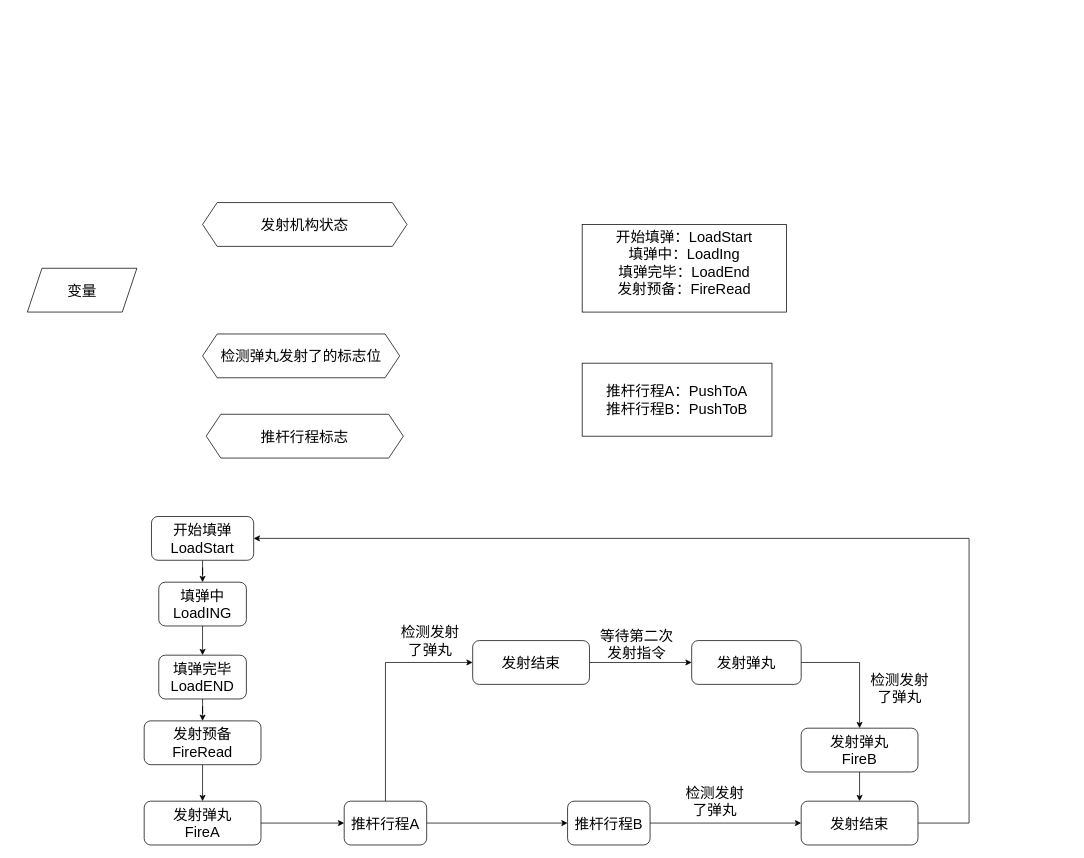
Before: 英雄发射机构自动逻辑.drawio in Zhangziji-Cumulus/Cumulus_Notes, a draw.io diagram. Source tidied: cells renumbered, new cells numbered last; positions are measured from the earlier drawing's top-left corner, leaving out a move shared by most shapes. Both pictures are drawn from the tidied source at 73%, with x=0, y=0 at pixel (27, 202).
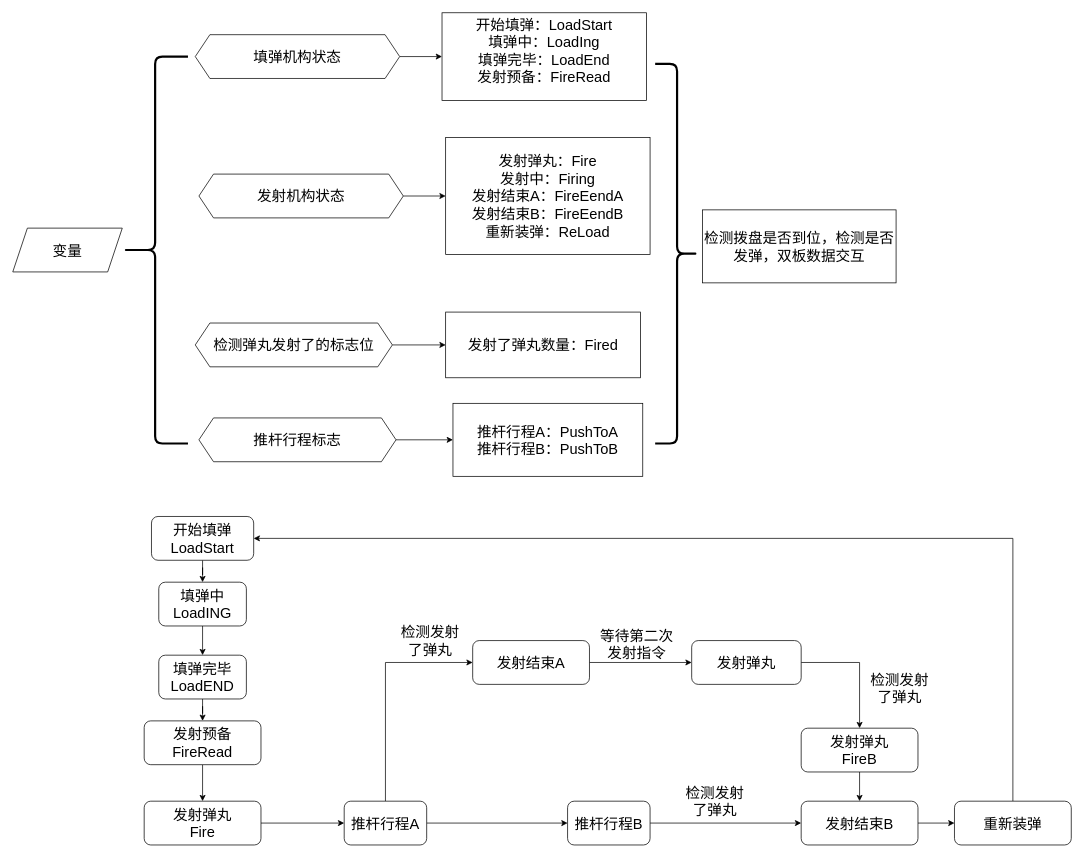
Above is the later version.

Commit message:
更新英雄发射机构自动逻辑.drawio

Unchanged cells that the change refers to:
```xml
<mxCell id="3" value="&lt;span style=&quot;font-size: 20px;&quot;&gt;开始填弹&lt;/span&gt;&lt;br&gt;&lt;div&gt;&lt;span style=&quot;font-size: 20px;&quot;&gt;LoadStart&lt;/span&gt;&lt;/div&gt;" style="rounded=1;whiteSpace=wrap;html=1;" parent="1" vertex="1">
  <mxGeometry x="170" y="430" width="140" height="60" as="geometry" />
</mxCell>
```

Change to the diagram source:
```diff
@@
-    <mxCell id="11" value="&lt;span style=&quot;font-size: 20px;&quot;&gt;发射弹丸&lt;/span&gt;&lt;div&gt;&lt;span style=&quot;font-size: 20px;&quot;&gt;FireA&lt;/span&gt;&lt;/div&gt;" style="rounded=1;whiteSpace=wrap;html=1;" parent="1" vertex="1">
+    <mxCell id="11" value="&lt;span style=&quot;font-size: 20px;&quot;&gt;发射弹丸&lt;/span&gt;&lt;div&gt;&lt;span style=&quot;font-size: 20px;&quot;&gt;Fire&lt;/span&gt;&lt;/div&gt;" style="rounded=1;whiteSpace=wrap;html=1;" parent="1" vertex="1">
       <mxGeometry x="160" y="820" width="160" height="60" as="geometry" />
     </mxCell>
@@
-    <mxCell id="21" value="&lt;span style=&quot;font-size: 20px;&quot;&gt;发射结束&lt;/span&gt;" style="rounded=1;whiteSpace=wrap;html=1;" parent="1" vertex="1">
+    <mxCell id="21" value="&lt;span style=&quot;font-size: 20px;&quot;&gt;发射结束A&lt;/span&gt;" style="rounded=1;whiteSpace=wrap;html=1;" parent="1" vertex="1">
       <mxGeometry x="610" y="600" width="160" height="60" as="geometry" />
     </mxCell>
@@
-    <mxCell id="25" style="edgeStyle=orthogonalEdgeStyle;rounded=0;jettySize=auto;html=1;entryX=1;entryY=0.5;entryDx=0;entryDy=0;" parent="1" edge="1" source="26" target="3">
-      <mxGeometry relative="1" as="geometry">
-        <Array as="points">
-          <mxPoint x="1290" y="850" />
-          <mxPoint x="1290" y="460" />
-        </Array>
-      </mxGeometry>
-    </mxCell>
+    <mxCell id="35" style="edgeStyle=orthogonalEdgeStyle;rounded=0;jettySize=auto;html=1;exitX=1;exitY=0.5;exitDx=0;exitDy=0;entryX=0;entryY=0.5;entryDx=0;entryDy=0;" parent="1" edge="1" source="26" target="44">
+      <mxGeometry relative="1" as="geometry" />
+    </mxCell>
-    <mxCell id="26" value="&lt;span style=&quot;font-size: 20px;&quot;&gt;发射结束&lt;/span&gt;" style="rounded=1;whiteSpace=wrap;html=1;" parent="1" vertex="1">
+    <mxCell id="26" value="&lt;span style=&quot;font-size: 20px;&quot;&gt;发射结束B&lt;/span&gt;" style="rounded=1;whiteSpace=wrap;html=1;" parent="1" vertex="1">
       <mxGeometry x="1060" y="820" width="160" height="60" as="geometry" />
     </mxCell>
@@
     <mxCell id="29" value="&lt;font style=&quot;font-size: 20px;&quot;&gt;变量&lt;/font&gt;" style="shape=parallelogram;perimeter=parallelogramPerimeter;whiteSpace=wrap;html=1;fixedSize=1;" parent="1" vertex="1">
-      <mxGeometry y="90" width="150" height="60" as="geometry" />
+      <mxGeometry x="-20" y="35" width="150" height="60" as="geometry" />
     </mxCell>
+    <mxCell id="36" style="edgeStyle=orthogonalEdgeStyle;rounded=0;jettySize=auto;html=1;entryX=0;entryY=0.5;entryDx=0;entryDy=0;" parent="1" edge="1" source="30" target="42">
+      <mxGeometry relative="1" as="geometry" />
+    </mxCell>
     <mxCell id="30" value="&lt;font style=&quot;font-size: 20px;&quot;&gt;发射机构状态&lt;/font&gt;" style="shape=hexagon;perimeter=hexagonPerimeter2;whiteSpace=wrap;html=1;fixedSize=1;" parent="1" vertex="1">
-      <mxGeometry x="240" width="280" height="60" as="geometry" />
+      <mxGeometry x="235" y="-39" width="280" height="60" as="geometry" />
     </mxCell>
+    <mxCell id="37" style="edgeStyle=orthogonalEdgeStyle;rounded=0;jettySize=auto;html=1;exitX=1;exitY=0.5;exitDx=0;exitDy=0;entryX=0;entryY=0.5;entryDx=0;entryDy=0;" parent="1" edge="1" source="31" target="39">
+      <mxGeometry relative="1" as="geometry" />
+    </mxCell>
     <mxCell id="31" value="&lt;span style=&quot;font-size: 20px;&quot;&gt;检测弹丸发射了的标志位&lt;/span&gt;" style="shape=hexagon;perimeter=hexagonPerimeter2;whiteSpace=wrap;html=1;fixedSize=1;" parent="1" vertex="1">
-      <mxGeometry x="240" y="180" width="270" height="60" as="geometry" />
+      <mxGeometry x="230" y="165" width="270" height="60" as="geometry" />
     </mxCell>
     <mxCell id="32" value="&lt;font style=&quot;font-size: 20px;&quot;&gt;开始填弹：LoadStart&lt;/font&gt;&lt;div&gt;&lt;font style=&quot;font-size: 20px;&quot;&gt;填弹中：LoadIng&lt;/font&gt;&lt;/div&gt;&lt;div&gt;&lt;font style=&quot;font-size: 20px;&quot;&gt;填弹完毕：LoadEnd&lt;/font&gt;&lt;/div&gt;&lt;div&gt;&lt;span style=&quot;font-size: 20px;&quot;&gt;发射预备：FireRead&lt;/span&gt;&lt;/div&gt;&lt;div&gt;&lt;br&gt;&lt;/div&gt;" style="rounded=0;whiteSpace=wrap;html=1;" parent="1" vertex="1">
-      <mxGeometry x="760" y="30" width="280" height="120" as="geometry" />
+      <mxGeometry x="568" y="-260" width="280" height="120" as="geometry" />
     </mxCell>
+    <mxCell id="38" style="edgeStyle=orthogonalEdgeStyle;rounded=0;jettySize=auto;html=1;exitX=1;exitY=0.5;exitDx=0;exitDy=0;entryX=0;entryY=0.5;entryDx=0;entryDy=0;" parent="1" edge="1" source="33" target="34">
+      <mxGeometry relative="1" as="geometry" />
+    </mxCell>
     <mxCell id="33" value="&lt;span style=&quot;font-size: 20px;&quot;&gt;推杆行程标志&lt;/span&gt;" style="shape=hexagon;perimeter=hexagonPerimeter2;whiteSpace=wrap;html=1;fixedSize=1;" parent="1" vertex="1">
-      <mxGeometry x="245" y="290" width="270" height="60" as="geometry" />
+      <mxGeometry x="235" y="295" width="270" height="60" as="geometry" />
     </mxCell>
     <mxCell id="34" value="&lt;div&gt;&lt;span style=&quot;font-size: 20px;&quot;&gt;推杆行程A：PushToA&lt;/span&gt;&lt;/div&gt;&lt;div&gt;&lt;span style=&quot;font-size: 20px;&quot;&gt;推杆行程B&lt;/span&gt;&lt;span style=&quot;font-size: 20px; background-color: transparent; color: light-dark(rgb(0, 0, 0), rgb(255, 255, 255));&quot;&gt;：PushToB&lt;/span&gt;&lt;/div&gt;" style="rounded=0;whiteSpace=wrap;html=1;" parent="1" vertex="1">
-      <mxGeometry x="760" y="220" width="260" height="100" as="geometry" />
+      <mxGeometry x="583" y="275" width="260" height="100" as="geometry" />
     </mxCell>
+    <mxCell id="39" value="&lt;font style=&quot;font-size: 20px;&quot;&gt;发射&lt;font style=&quot;&quot;&gt;了&lt;/font&gt;弹丸数量：Fired&lt;/font&gt;" style="rounded=0;whiteSpace=wrap;html=1;" parent="1" vertex="1">
+      <mxGeometry x="573" y="150" width="267" height="90" as="geometry" />
+    </mxCell>
+    <mxCell id="40" style="edgeStyle=orthogonalEdgeStyle;rounded=0;jettySize=auto;html=1;entryX=0;entryY=0.5;entryDx=0;entryDy=0;" parent="1" edge="1" source="41" target="32">
+      <mxGeometry relative="1" as="geometry" />
+    </mxCell>
+    <mxCell id="41" value="&lt;font style=&quot;font-size: 20px;&quot;&gt;填弹机构状态&lt;/font&gt;" style="shape=hexagon;perimeter=hexagonPerimeter2;whiteSpace=wrap;html=1;fixedSize=1;" parent="1" vertex="1">
+      <mxGeometry x="230" y="-230" width="280" height="60" as="geometry" />
+    </mxCell>
+    <mxCell id="42" value="&lt;font style=&quot;font-size: 20px;&quot;&gt;发射弹丸：Fire&lt;/font&gt;&lt;div&gt;&lt;span style=&quot;font-size: 20px;&quot;&gt;发射中：Firing&lt;/span&gt;&lt;/div&gt;&lt;div&gt;&lt;span style=&quot;font-size: 20px;&quot;&gt;发射结束A：FireEendA&lt;/span&gt;&lt;/div&gt;&lt;div&gt;&lt;span style=&quot;font-size: 20px;&quot;&gt;发射结束B：FireEendB&lt;/span&gt;&lt;span style=&quot;font-size: 20px;&quot;&gt;&lt;/span&gt;&lt;/div&gt;&lt;div&gt;&lt;span style=&quot;font-size: 20px;&quot;&gt;重新装弹：ReLoad&lt;/span&gt;&lt;/div&gt;" style="rounded=0;whiteSpace=wrap;html=1;" parent="1" vertex="1">
+      <mxGeometry x="573" y="-89" width="280" height="160" as="geometry" />
+    </mxCell>
+    <mxCell id="43" style="edgeStyle=orthogonalEdgeStyle;rounded=0;jettySize=auto;html=1;entryX=1;entryY=0.5;entryDx=0;entryDy=0;" parent="1" edge="1" source="44" target="3">
+      <mxGeometry relative="1" as="geometry">
+        <Array as="points">
+          <mxPoint x="1350" y="460" />
+        </Array>
+      </mxGeometry>
+    </mxCell>
+    <mxCell id="44" value="&lt;span style=&quot;font-size: 20px;&quot;&gt;重新装弹&lt;/span&gt;" style="rounded=1;whiteSpace=wrap;html=1;" parent="1" vertex="1">
+      <mxGeometry x="1270" y="820" width="160" height="60" as="geometry" />
+    </mxCell>
+    <mxCell id="45" style="shape=curlyBracket;whiteSpace=wrap;html=1;rounded=1;labelPosition=left;verticalLabelPosition=middle;align=right;verticalAlign=middle;strokeWidth=3;" parent="1" vertex="1">
+      <mxGeometry x="130" y="-200" width="90" height="530" as="geometry" />
+    </mxCell>
+    <mxCell id="46" style="shape=curlyBracket;whiteSpace=wrap;html=1;rounded=1;flipH=1;labelPosition=right;verticalLabelPosition=middle;align=left;verticalAlign=middle;legacyAnchorPoints=0;strokeWidth=3;" parent="1" vertex="1">
+      <mxGeometry x="860" y="-190" width="60" height="520" as="geometry" />
+    </mxCell>
+    <mxCell id="47" value="&lt;font style=&quot;font-size: 20px;&quot;&gt;检测拨盘是否到位，检测是否发弹，双板数据交互&lt;/font&gt;" style="rounded=0;whiteSpace=wrap;html=1;" parent="1" vertex="1">
+      <mxGeometry x="925" y="10" width="265" height="100" as="geometry" />
+    </mxCell>
```
